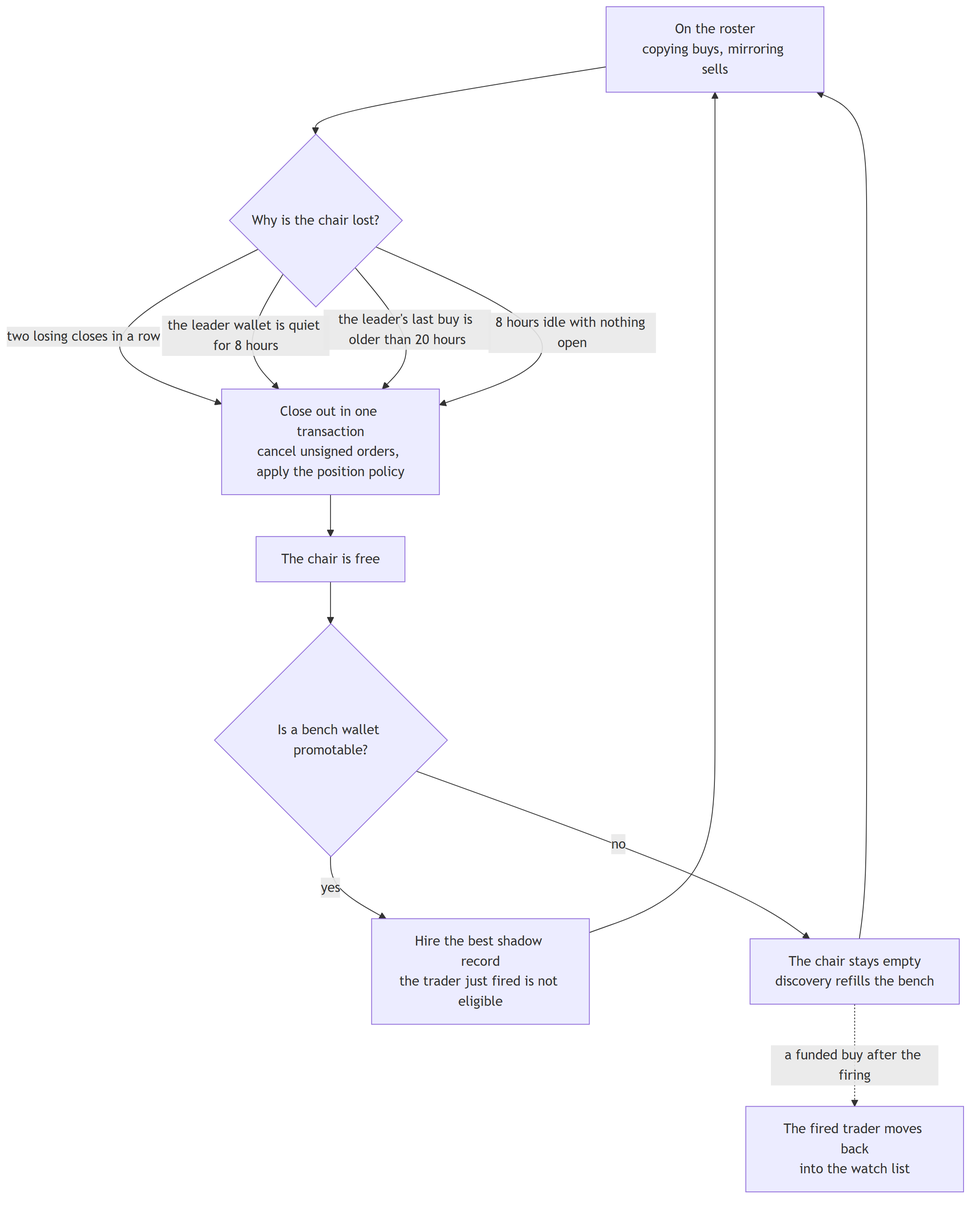
Earlier version of the Mermaid export docs/images/chair-lifecycle.png (RuneL89/zcode-copytrade-bot). Its source is kept beside it as docs/diagrams/chair-lifecycle.mmd.
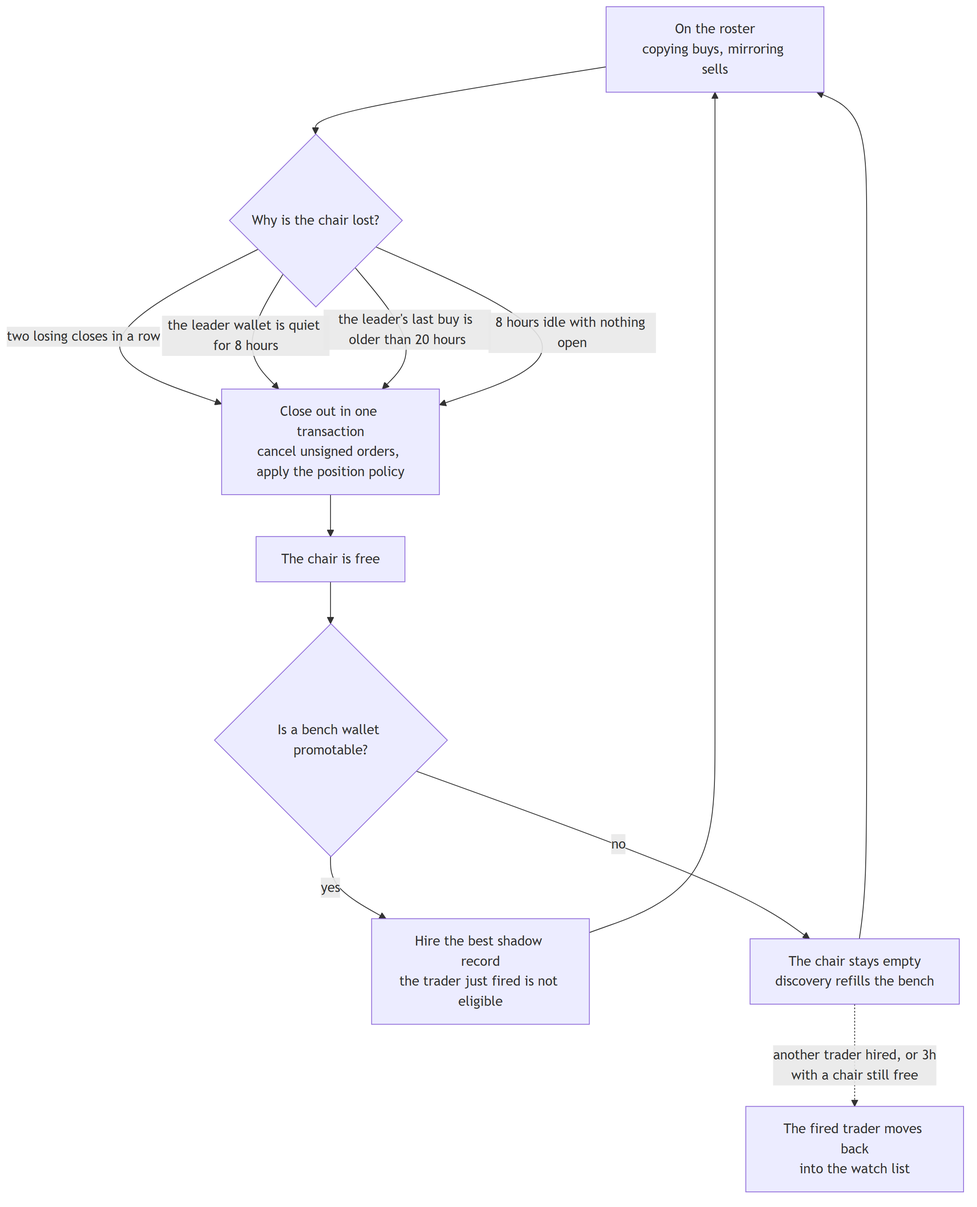
Later version of the same file.

Diff of the diagram source:
```diff
@@ -10,4 +10,4 @@
     E -->|no| G["The chair stays empty<br/>discovery refills the bench"]
     F --> A
     G --> A
-    G -.->|"a funded buy after the firing"| H["The fired trader moves back<br/>into the watch list"]
+    G -.->|"another trader hired, or 3h<br/>with a chair still free"| H["The fired trader moves back<br/>into the watch list"]
```
